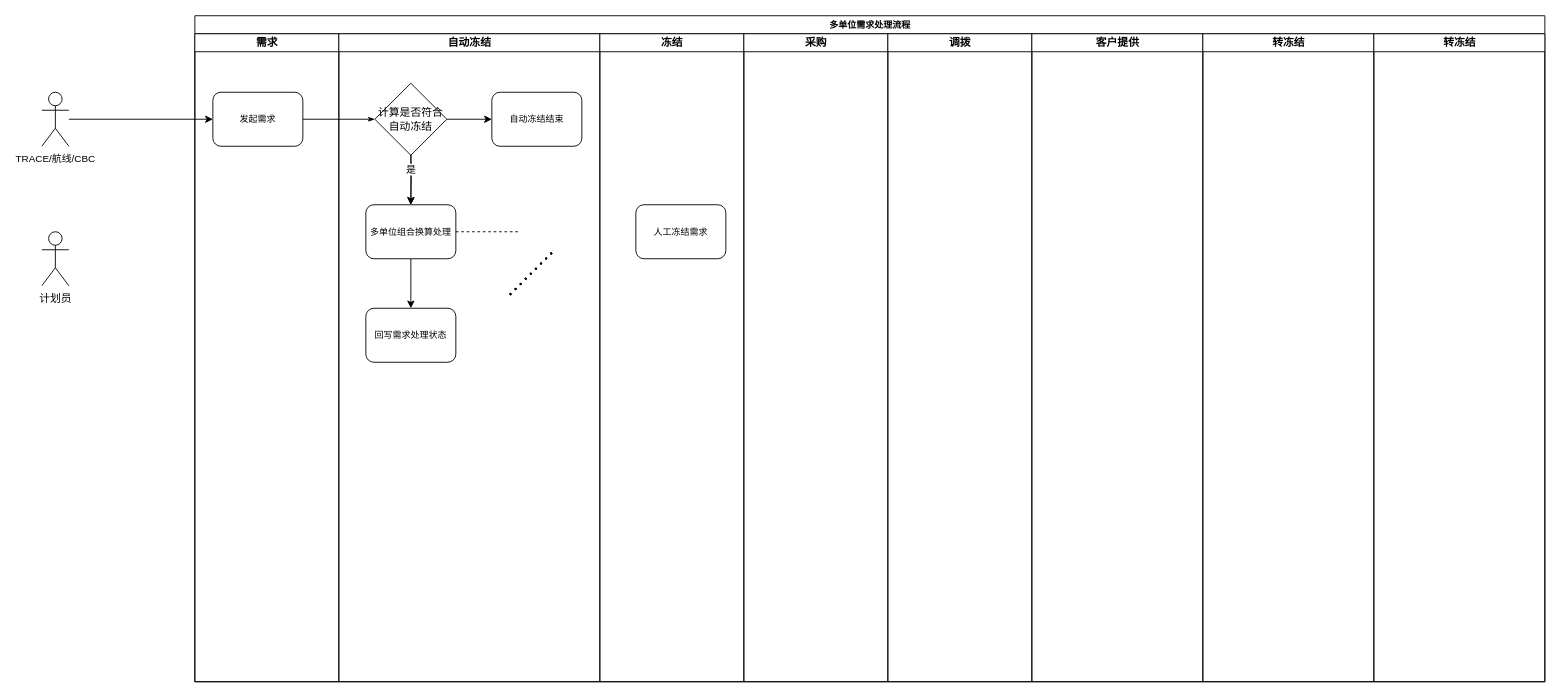
Earlier version of the draw.io diagram 航材需求单位修改.drawio (chenqingfa8520/data-drawio). Source tidied: cells renumbered, new cells numbered last; positions are measured from the earlier drawing's top-left corner, leaving out a move shared by most shapes. Both pictures are drawn from the tidied source at 90%, with x=0, y=0 at pixel (41, 15).
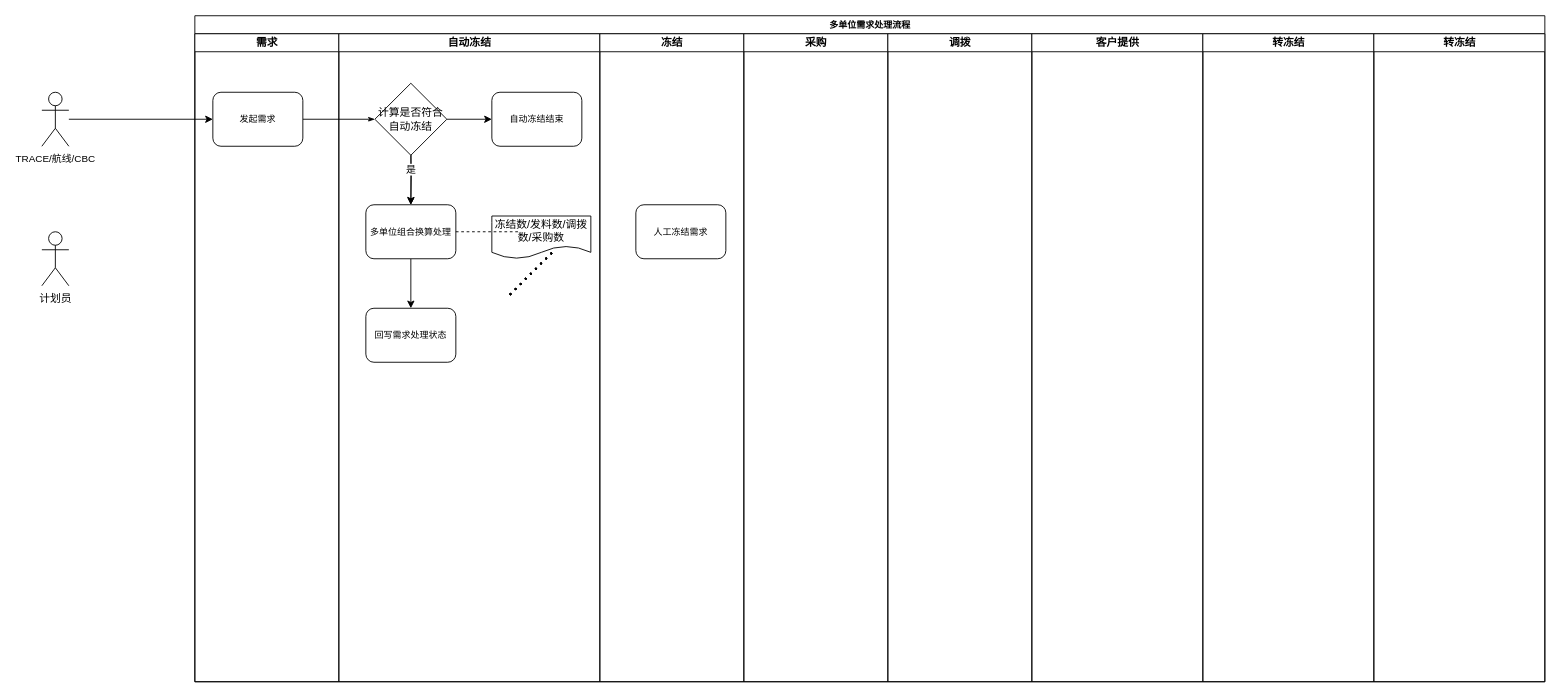
Above is the later version.

Commit message (it also covers changes not shown here):
更新航材需求单位修改.drawio

The change refers to these unchanged cells:
```xml
<mxCell id="6" value="自动冻结" style="swimlane;html=1;startSize=20;" parent="2" vertex="1">
  <mxGeometry x="160" y="20" width="290" height="720" as="geometry" />
</mxCell>
```

What changed in the source:
```diff
@@
+    <mxCell id="31" value="冻结数/发料数/调拨数/采购数" style="shape=document;whiteSpace=wrap;html=1;boundedLbl=1;" parent="6" vertex="1">
+      <mxGeometry x="170" y="202.5" width="110" height="47.5" as="geometry" />
+    </mxCell>
@@
+    <mxCell id="32" style="endArrow=none;dashed=1;html=1;dashPattern=1 3;strokeWidth=2;rounded=0;" parent="1" edge="1">
+      <mxGeometry relative="1" as="geometry">
+        <mxPoint x="520" y="310" as="sourcePoint" />
+        <mxPoint x="570" y="260" as="targetPoint" />
+      </mxGeometry>
+    </mxCell>
+    <mxCell id="33" style="endArrow=none;dashed=1;html=1;dashPattern=1 3;strokeWidth=2;rounded=0;" parent="1" edge="1">
+      <mxGeometry relative="1" as="geometry">
+        <mxPoint x="520" y="310" as="sourcePoint" />
+        <mxPoint x="570" y="260" as="targetPoint" />
+      </mxGeometry>
+    </mxCell>
```
